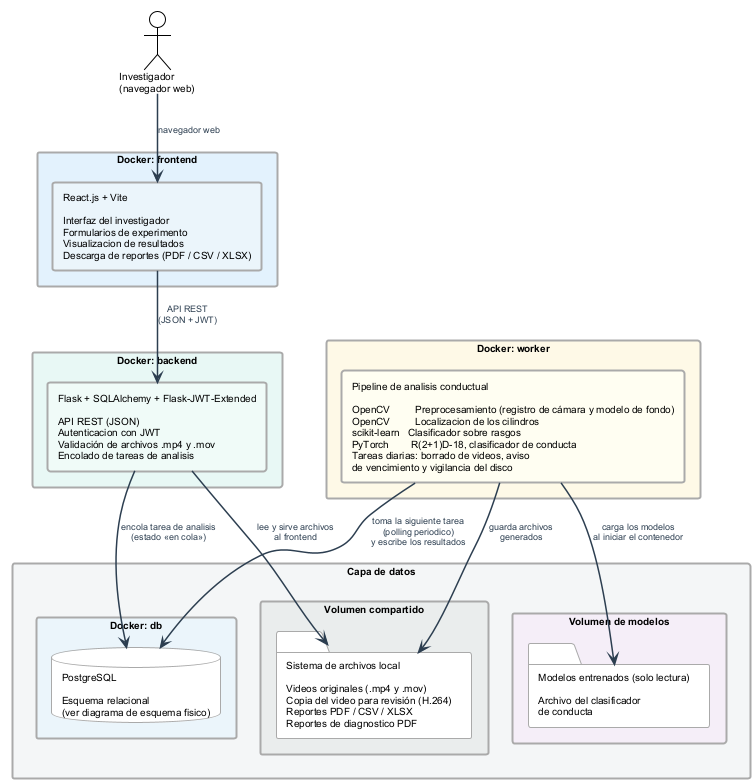
Before: figures/mermaid/arquitectura_software.png, a diagram exported from PlantUML (ErickJester/fst-ai-system-latex).
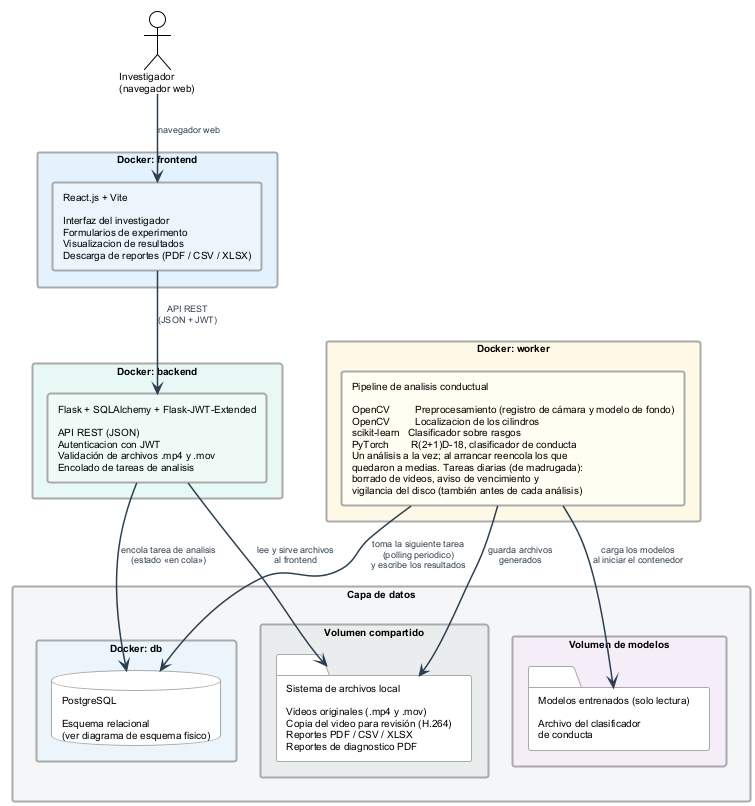
After the change.

What changed in the source:
```diff
@@ -32,7 +32,7 @@
 
 
 rectangle "Docker: worker" as C_WK #FEF9E7 {
-  rectangle "Pipeline de analisis conductual\n\nOpenCV         Preprocesamiento (registro de cámara y modelo de fondo)\nOpenCV         Localizacion de los cilindros\nscikit-learn   Clasificador sobre rasgos\nPyTorch        R(2+1)D-18, clasificador de conducta\nTareas diarias: borrado de videos, aviso\nde vencimiento y vigilancia del disco" as WK #FFFEF2
+  rectangle "Pipeline de analisis conductual\n\nOpenCV         Preprocesamiento (registro de cámara y modelo de fondo)\nOpenCV         Localizacion de los cilindros\nscikit-learn   Clasificador sobre rasgos\nPyTorch        R(2+1)D-18, clasificador de conducta\nUn análisis a la vez; al arrancar reencola los que\nquedaron a medias. Tareas diarias (de madrugada):\nborrado de videos, aviso de vencimiento y\nvigilancia del disco (también antes de cada análisis)" as WK #FFFEF2
 }
 
 
```
